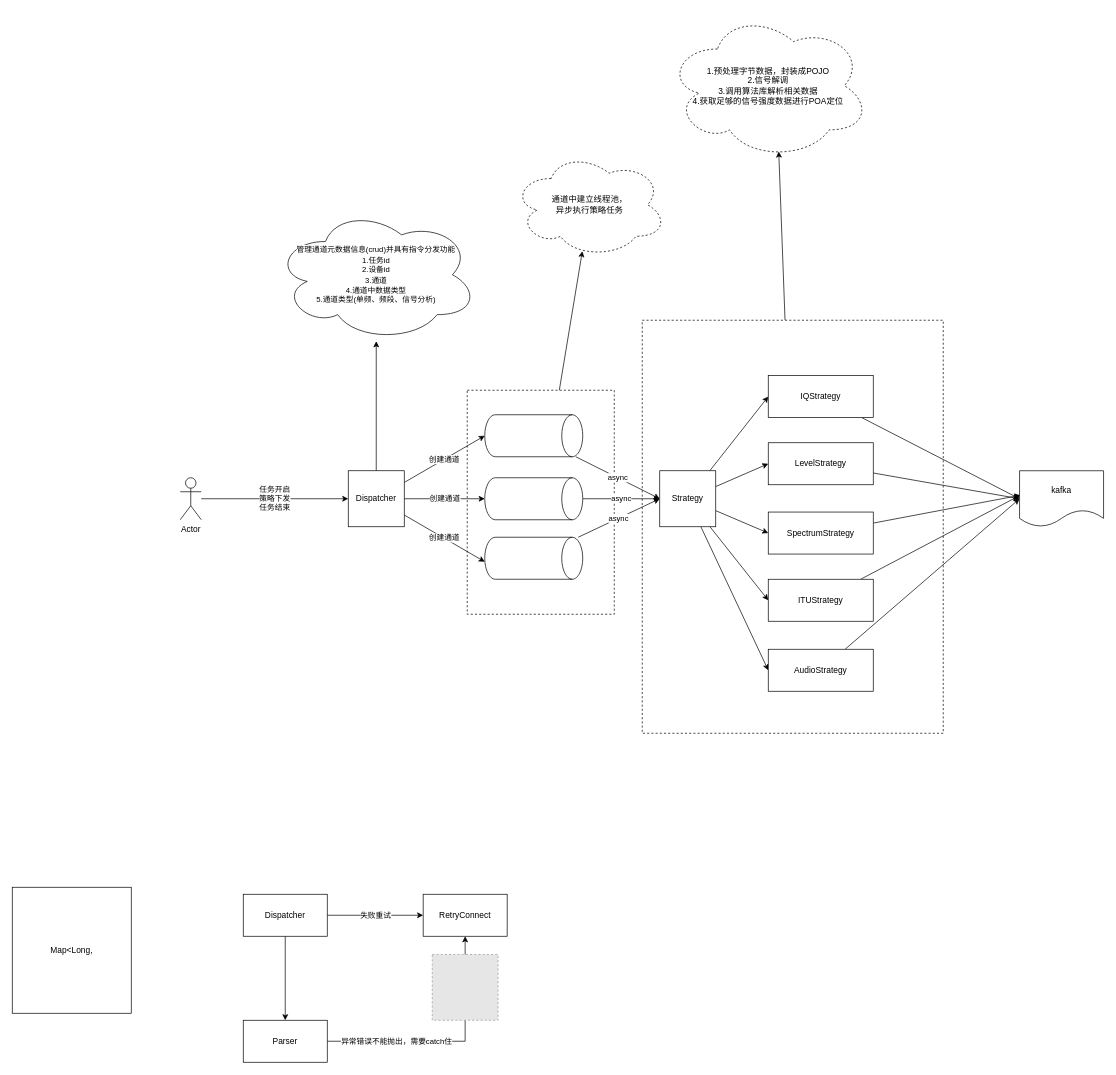
Before: netty通道图.drawio in KodeChicken/draw, a draw.io diagram. Source tidied: cells renumbered, new cells numbered last; positions are measured from the earlier drawing's top-left corner, leaving out a move shared by most shapes. Both pictures are drawn from the tidied source at 70%, with x=0, y=0 at pixel (12, 12). Pictures stored in the file or linked from it are replaced by grey dashed boxes.
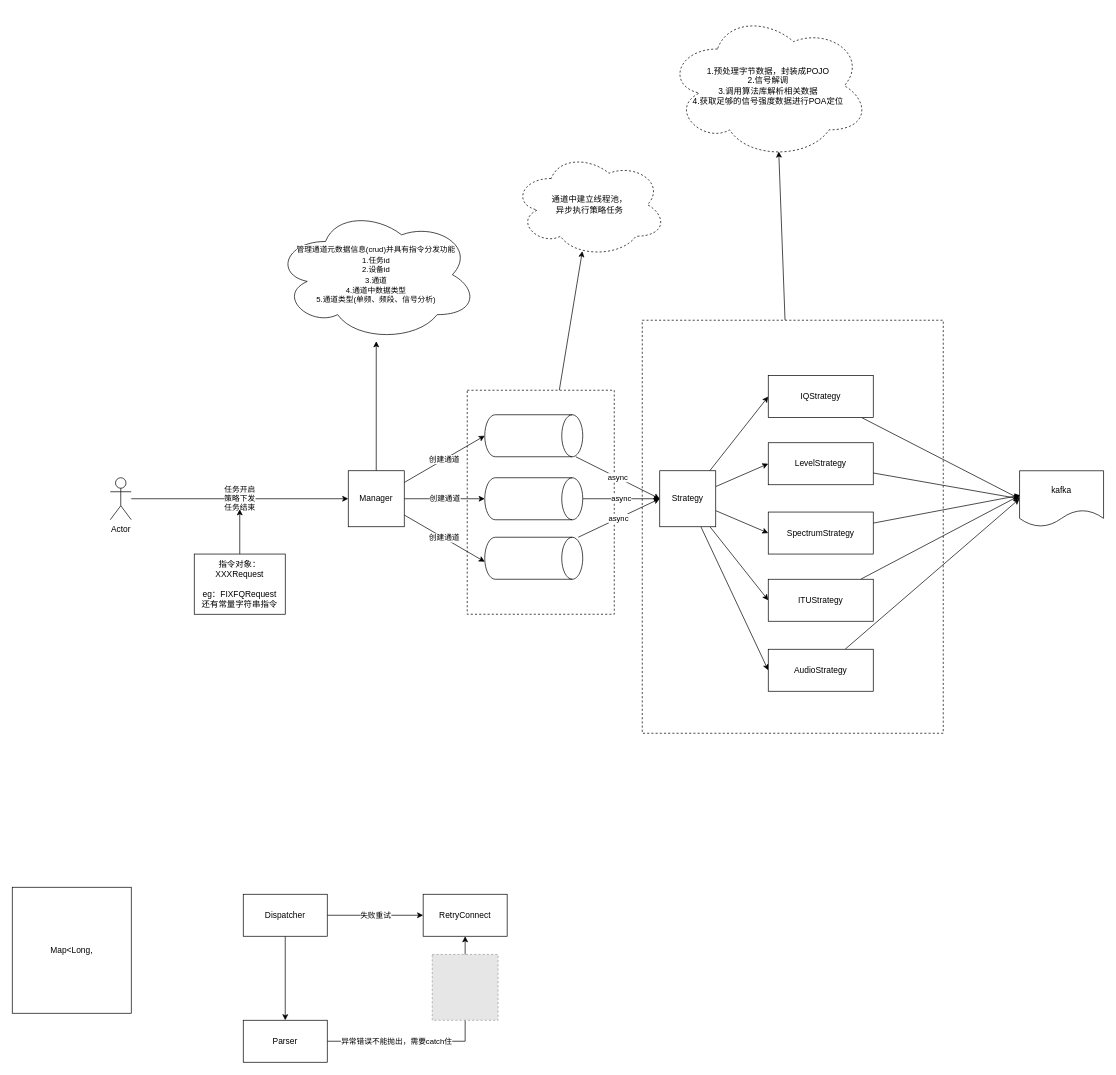
Above is the later version.

Commit message:
更新netty通道图.drawio

What changed in the source:
```diff
@@
-    <mxCell id="12" value="Dispatcher" style="whiteSpace=wrap;html=1;" parent="1" vertex="1">
+    <mxCell id="12" value="Manager" style="whiteSpace=wrap;html=1;" parent="1" vertex="1">
       <mxGeometry x="480" y="655" width="80" height="80" as="geometry" />
     </mxCell>
@@
     <mxCell id="14" value="Actor" style="shape=umlActor;verticalLabelPosition=bottom;verticalAlign=top;html=1;outlineConnect=0;" parent="1" vertex="1">
-      <mxGeometry x="240" y="665" width="30" height="60" as="geometry" />
+      <mxGeometry x="140" y="665" width="30" height="60" as="geometry" />
     </mxCell>
@@
+    <mxCell id="48" style="edgeStyle=orthogonalEdgeStyle;rounded=0;jettySize=auto;html=1;" parent="1" edge="1" source="49">
+      <mxGeometry relative="1" as="geometry">
+        <mxPoint x="325" y="710" as="targetPoint" />
+      </mxGeometry>
+    </mxCell>
+    <mxCell id="49" value="指令对象：XXXRequest&lt;br&gt;&lt;br&gt;eg：FIXFQRequest&lt;br&gt;还有常量字符串指令" style="rounded=0;whiteSpace=wrap;html=1;" parent="1" vertex="1">
+      <mxGeometry x="260" y="774" width="130" height="86" as="geometry" />
+    </mxCell>
```
